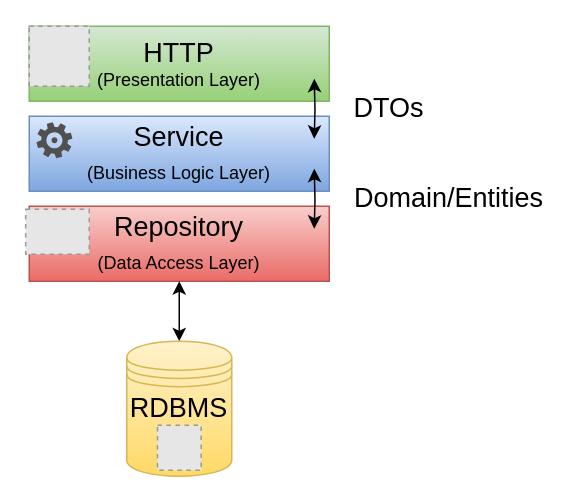
This is page "system-architecture" (2 of 3) of docs/diagrams/battleships-diagrams.drawio from bodybuilders-team/battleships-web, a draw.io file, before an edit. Source tidied: cells renumbered, new cells numbered last; positions are measured from the earlier drawing's top-left corner, leaving out a move shared by most shapes. Both pictures are drawn from the tidied source at 150%, with x=0, y=0 at pixel (26, 26). Pictures stored in the file or linked from it are replaced by grey dashed boxes.
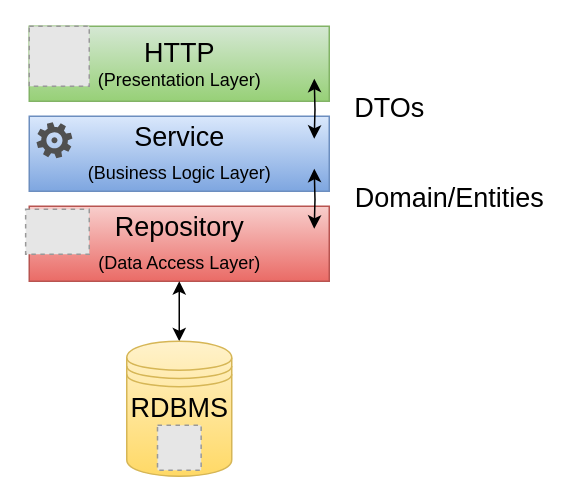
The same page after the edit.

What changed in the source:
```diff
@@
 <mxGraphModel>
   <root>
     <mxCell id="0" />
     <mxCell id="1" parent="0" />
-    <mxCell id="2" value="&lt;font style=&quot;&quot;&gt;&lt;span style=&quot;font-size: 18px;&quot;&gt;HTTP&lt;/span&gt;&lt;br&gt;&lt;font style=&quot;font-size: 12px;&quot;&gt;(Presentation Layer)&lt;/font&gt;&lt;br&gt;&lt;/font&gt;" style="rounded=0;whiteSpace=wrap;html=1;fillColor=#d5e8d4;strokeColor=#82b366;gradientColor=#97d077;" parent="1" vertex="1">
+    <mxCell id="2" value="&lt;font style=&quot;&quot;&gt;&lt;span style=&quot;font-size: 18px;&quot;&gt;HTTP&lt;/span&gt;&lt;br&gt;&lt;font style=&quot;font-size: 12px;&quot;&gt;(Presentation Layer)&lt;/font&gt;&lt;br&gt;&lt;/font&gt;" style="rounded=0;html=1;fillColor=#d5e8d4;strokeColor=#82b366;gradientColor=#97d077;" parent="1" vertex="1">
       <mxGeometry x="2" width="200" height="50" as="geometry" />
     </mxCell>
-    <mxCell id="3" value="&lt;span style=&quot;font-size: 18px;&quot;&gt;Service&lt;br&gt;&lt;/span&gt;(Business Logic Layer)&lt;span style=&quot;font-size: 18px;&quot;&gt;&lt;br&gt;&lt;/span&gt;" style="rounded=0;whiteSpace=wrap;html=1;fillColor=#dae8fc;strokeColor=#6c8ebf;gradientColor=#7ea6e0;" parent="1" vertex="1">
+    <mxCell id="3" value="&lt;span style=&quot;font-size: 18px;&quot;&gt;Service&lt;br&gt;&lt;/span&gt;(Business Logic Layer)&lt;span style=&quot;font-size: 18px;&quot;&gt;&lt;br&gt;&lt;/span&gt;" style="rounded=0;html=1;fillColor=#dae8fc;strokeColor=#6c8ebf;gradientColor=#7ea6e0;" parent="1" vertex="1">
       <mxGeometry x="2" y="60" width="200" height="50" as="geometry" />
     </mxCell>
-    <mxCell id="4" value="&lt;span style=&quot;font-size: 18px;&quot;&gt;Repository&lt;br&gt;&lt;/span&gt;(Data Access Layer)&lt;span style=&quot;font-size: 18px;&quot;&gt;&lt;br&gt;&lt;/span&gt;" style="rounded=0;whiteSpace=wrap;html=1;fillColor=#f8cecc;strokeColor=#b85450;gradientColor=#ea6b66;" parent="1" vertex="1">
+    <mxCell id="4" value="&lt;span style=&quot;font-size: 18px;&quot;&gt;Repository&lt;br&gt;&lt;/span&gt;(Data Access Layer)&lt;span style=&quot;font-size: 18px;&quot;&gt;&lt;br&gt;&lt;/span&gt;" style="rounded=0;html=1;fillColor=#f8cecc;strokeColor=#b85450;gradientColor=#ea6b66;" parent="1" vertex="1">
       <mxGeometry x="2" y="120" width="200" height="50" as="geometry" />
     </mxCell>
     <mxCell id="5" style="edgeStyle=orthogonalEdgeStyle;rounded=0;jettySize=auto;html=1;entryX=0.5;entryY=1;entryDx=0;entryDy=0;fontSize=12;startArrow=classic;startFill=1;" parent="1" edge="1" source="6" target="4">
       <mxGeometry relative="1" as="geometry" />
     </mxCell>
-    <mxCell id="6" value="RDBMS" style="shape=datastore;whiteSpace=wrap;html=1;fontSize=18;fillColor=#fff2cc;strokeColor=#d6b656;gradientColor=#ffd966;verticalAlign=top;" parent="1" vertex="1">
+    <mxCell id="6" value="RDBMS" style="shape=datastore;html=1;fontSize=18;fillColor=#fff2cc;strokeColor=#d6b656;gradientColor=#ffd966;verticalAlign=top;" parent="1" vertex="1">
       <mxGeometry x="67" y="210" width="70" height="90" as="geometry" />
     </mxCell>
-    <mxCell id="7" value="DTOs" style="text;html=1;strokeColor=none;fillColor=none;align=center;verticalAlign=middle;whiteSpace=wrap;rounded=0;fontSize=18;" parent="1" vertex="1">
+    <mxCell id="7" value="DTOs" style="text;html=1;strokeColor=none;fillColor=none;align=center;verticalAlign=middle;rounded=0;fontSize=18;" parent="1" vertex="1">
       <mxGeometry x="212" y="40" width="60" height="30" as="geometry" />
     </mxCell>
-    <mxCell id="8" value="Domain/Entities" style="text;html=1;strokeColor=none;fillColor=none;align=center;verticalAlign=middle;whiteSpace=wrap;rounded=0;fontSize=18;" parent="1" vertex="1">
+    <mxCell id="8" value="Domain/Entities" style="text;html=1;strokeColor=none;fillColor=none;align=center;verticalAlign=middle;rounded=0;fontSize=18;" parent="1" vertex="1">
       <mxGeometry x="212" y="100" width="140" height="30" as="geometry" />
     </mxCell>
     <mxCell id="9" style="edgeStyle=orthogonalEdgeStyle;rounded=0;orthogonalLoop=1;jettySize=auto;html=1;fontSize=12;startArrow=classic;startFill=1;" parent="1" edge="1">
       <mxGeometry relative="1" as="geometry">
         <mxPoint x="192" y="135" as="sourcePoint" />
         <mxPoint x="192" y="95" as="targetPoint" />
       </mxGeometry>
     </mxCell>
     <mxCell id="10" style="edgeStyle=orthogonalEdgeStyle;rounded=0;orthogonalLoop=1;jettySize=auto;html=1;fontSize=12;startArrow=classic;startFill=1;" parent="1" edge="1">
       <mxGeometry relative="1" as="geometry">
         <mxPoint x="192" y="75" as="sourcePoint" />
         <mxPoint x="192" y="35" as="targetPoint" />
       </mxGeometry>
     </mxCell>
-    <mxCell id="11" style="fillColor=#E6E6E6;strokeColor=#999999;dashed=1;verticalLabelPosition=bottom;labelBackgroundColor=default;verticalAlign=top;" parent="1" vertex="1">
+    <mxCell id="11" style="fillColor=#E6E6E6;strokeColor=#999999;dashed=1;verticalLabelPosition=bottom;labelBackgroundColor=default;verticalAlign=top;html=1;" parent="1" vertex="1">
       <mxGeometry x="2" width="40" height="40" as="geometry" />
     </mxCell>
-    <mxCell id="12" style="fillColor=#E6E6E6;strokeColor=#999999;dashed=1;verticalLabelPosition=bottom;labelBackgroundColor=default;verticalAlign=top;" parent="1" vertex="1">
+    <mxCell id="12" style="fillColor=#E6E6E6;strokeColor=#999999;dashed=1;verticalLabelPosition=bottom;labelBackgroundColor=default;verticalAlign=top;html=1;" parent="1" vertex="1">
       <mxGeometry x="87.5" y="266" width="29.1" height="30" as="geometry" />
     </mxCell>
-    <mxCell id="13" style="fillColor=#E6E6E6;strokeColor=#999999;dashed=1;verticalLabelPosition=bottom;labelBackgroundColor=default;verticalAlign=top;" parent="1" vertex="1">
+    <mxCell id="13" style="fillColor=#E6E6E6;strokeColor=#999999;dashed=1;verticalLabelPosition=bottom;labelBackgroundColor=default;verticalAlign=top;html=1;" parent="1" vertex="1">
       <mxGeometry x="-0.4" y="122" width="42.4" height="30" as="geometry" />
     </mxCell>
     <mxCell id="14" style="sketch=0;shadow=0;dashed=0;html=1;strokeColor=none;fillColor=#505050;labelPosition=center;verticalLabelPosition=bottom;verticalAlign=top;align=center;shape=mxgraph.office.concepts.settings_office_365;fontSize=10;" parent="1" vertex="1">
       <mxGeometry x="6.8" y="64" width="24" height="24" as="geometry" />
     </mxCell>
   </root>
 </mxGraphModel>
```
